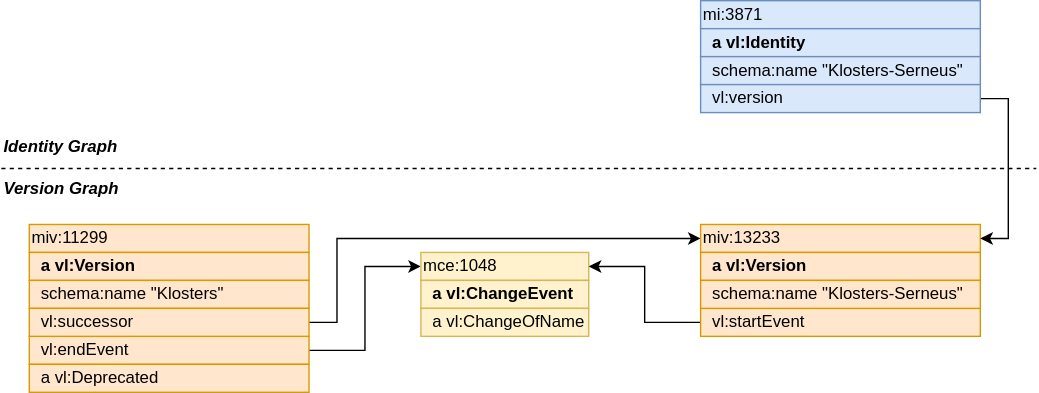
This is img/basics.svg from SwissFederalArchives/version-link, a draw.io export, as it was before one commit. Source tidied: cells renumbered, new cells last; positions are measured from the earlier drawing's top-left corner, leaving out a move shared by most shapes.
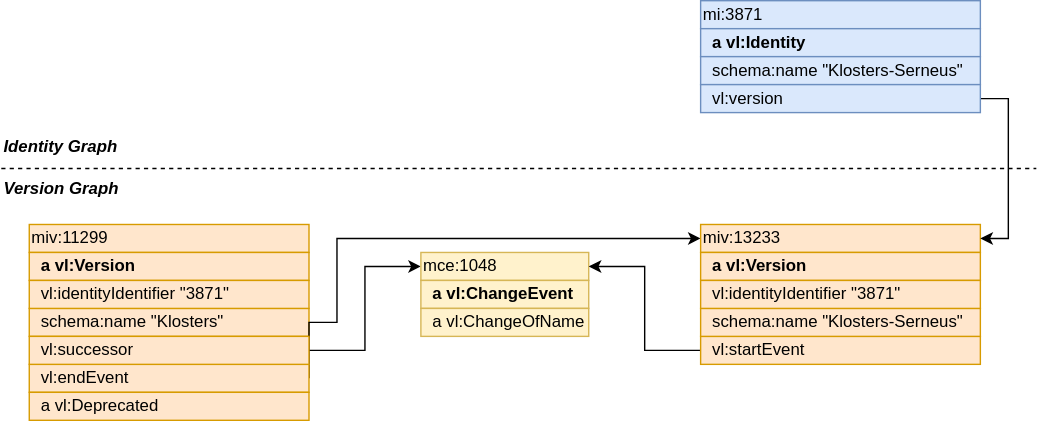
The same diagram one commit later.

Diff of the diagram source:
```diff
@@ -17,10 +17,10 @@
       </mxGeometry>
     </mxCell>
     <mxCell id="5" value="&lt;div style=&quot;font-size: 12px;&quot; align=&quot;left&quot;&gt;&amp;nbsp; vl:endEvent&lt;/div&gt;" style="rounded=0;whiteSpace=wrap;html=1;fillColor=#ffe6cc;strokeColor=#d79b00;align=left;fontSize=12;" parent="1" vertex="1">
-      <mxGeometry x="20" y="240" width="200" height="20" as="geometry" />
+      <mxGeometry x="20" y="260" width="200" height="20" as="geometry" />
     </mxCell>
     <mxCell id="6" value="&amp;nbsp; schema:name &quot;Klosters&quot;" style="rounded=0;whiteSpace=wrap;html=1;fillColor=#ffe6cc;strokeColor=#d79b00;align=left;fontSize=12;" parent="1" vertex="1">
-      <mxGeometry x="20" y="200" width="200" height="20" as="geometry" />
+      <mxGeometry x="20" y="220" width="200" height="20" as="geometry" />
     </mxCell>
     <mxCell id="7" style="edgeStyle=orthogonalEdgeStyle;rounded=0;html=1;exitX=1;exitY=0.5;exitDx=0;exitDy=0;entryX=0;entryY=0.5;entryDx=0;entryDy=0;fontSize=10;" parent="1" edge="1" source="8" target="12">
       <mxGeometry relative="1" as="geometry">
@@ -31,7 +31,7 @@
       </mxGeometry>
     </mxCell>
     <mxCell id="8" value="&amp;nbsp; vl:successor" style="rounded=0;whiteSpace=wrap;html=1;fillColor=#ffe6cc;strokeColor=#d79b00;align=left;fontSize=12;" parent="1" vertex="1">
-      <mxGeometry x="20" y="220" width="200" height="20" as="geometry" />
+      <mxGeometry x="20" y="240" width="200" height="20" as="geometry" />
     </mxCell>
     <mxCell id="9" value="mce:1048" style="rounded=0;whiteSpace=wrap;html=1;fillColor=#fff2cc;strokeColor=#d6b656;align=left;fontSize=12;" parent="1" vertex="1">
       <mxGeometry x="300" y="180" width="120" height="20" as="geometry" />
@@ -52,10 +52,10 @@
       <mxGeometry relative="1" as="geometry" />
     </mxCell>
     <mxCell id="15" value="&lt;div style=&quot;font-size: 12px;&quot; align=&quot;left&quot;&gt;&amp;nbsp; vl:startEvent&lt;/div&gt;" style="rounded=0;whiteSpace=wrap;html=1;fillColor=#ffe6cc;strokeColor=#d79b00;align=left;fontSize=12;" parent="1" vertex="1">
-      <mxGeometry x="500" y="220" width="200" height="20" as="geometry" />
+      <mxGeometry x="500" y="240" width="200" height="20" as="geometry" />
     </mxCell>
     <mxCell id="16" value="&amp;nbsp; schema:name &quot;Klosters-Serneus&quot;" style="rounded=0;whiteSpace=wrap;html=1;fillColor=#ffe6cc;strokeColor=#d79b00;align=left;fontSize=12;" parent="1" vertex="1">
-      <mxGeometry x="500" y="200" width="200" height="20" as="geometry" />
+      <mxGeometry x="500" y="220" width="200" height="20" as="geometry" />
     </mxCell>
     <mxCell id="17" value="mi:3871" style="rounded=0;whiteSpace=wrap;html=1;fillColor=#dae8fc;strokeColor=#6c8ebf;align=left;fontSize=12;" parent="1" vertex="1">
       <mxGeometry x="500" width="200" height="20" as="geometry" />
@@ -90,7 +90,13 @@
       <mxGeometry y="120" width="100" height="30" as="geometry" />
     </mxCell>
     <mxCell id="25" value="&amp;nbsp; a vl:Deprecated" style="rounded=0;whiteSpace=wrap;html=1;fillColor=#ffe6cc;strokeColor=#d79b00;align=left;fontSize=12;" parent="1" vertex="1">
-      <mxGeometry x="20" y="260" width="200" height="20" as="geometry" />
+      <mxGeometry x="20" y="280" width="200" height="20" as="geometry" />
     </mxCell>
+    <mxCell id="26" value="&amp;nbsp; vl:identityIdentifier &quot;3871&quot;" style="rounded=0;whiteSpace=wrap;html=1;fillColor=#ffe6cc;strokeColor=#d79b00;align=left;fontSize=12;" parent="1" vertex="1">
+      <mxGeometry x="20" y="200" width="200" height="20" as="geometry" />
+    </mxCell>
+    <mxCell id="27" value="&amp;nbsp; vl:identityIdentifier &quot;3871&quot;" style="rounded=0;whiteSpace=wrap;html=1;fillColor=#ffe6cc;strokeColor=#d79b00;align=left;fontSize=12;" parent="1" vertex="1">
+      <mxGeometry x="500" y="200" width="200" height="20" as="geometry" />
+    </mxCell>
   </root>
 </mxGraphModel>
```
